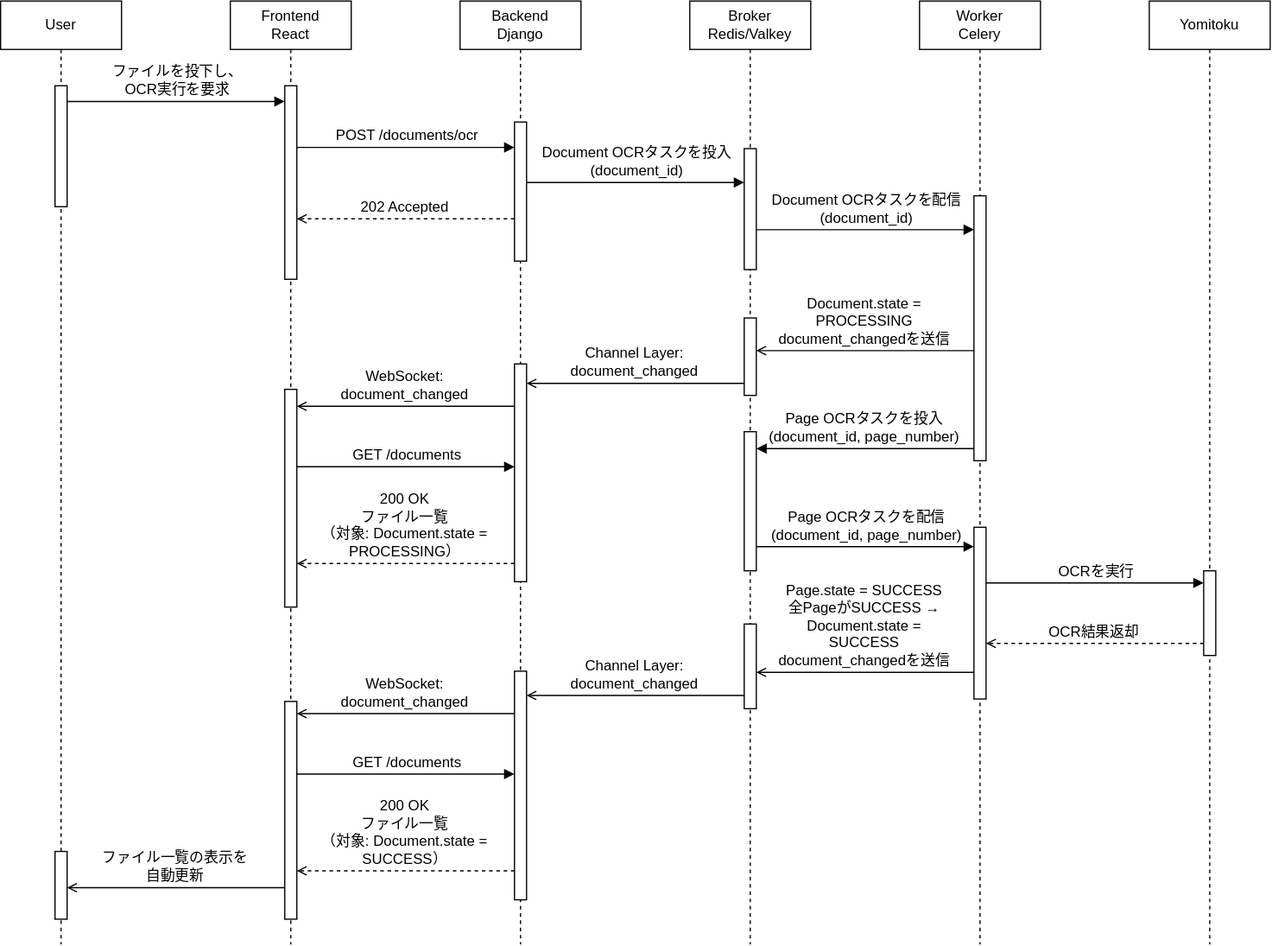
The draw.io diagram docs/diagrams/sequence_DocumentOCR.drawio.svg in akazawaya/OCR-A, before a commit. Source tidied: cells renumbered, new cells last; positions are measured from the earlier drawing's top-left corner, leaving out a move shared by most shapes.
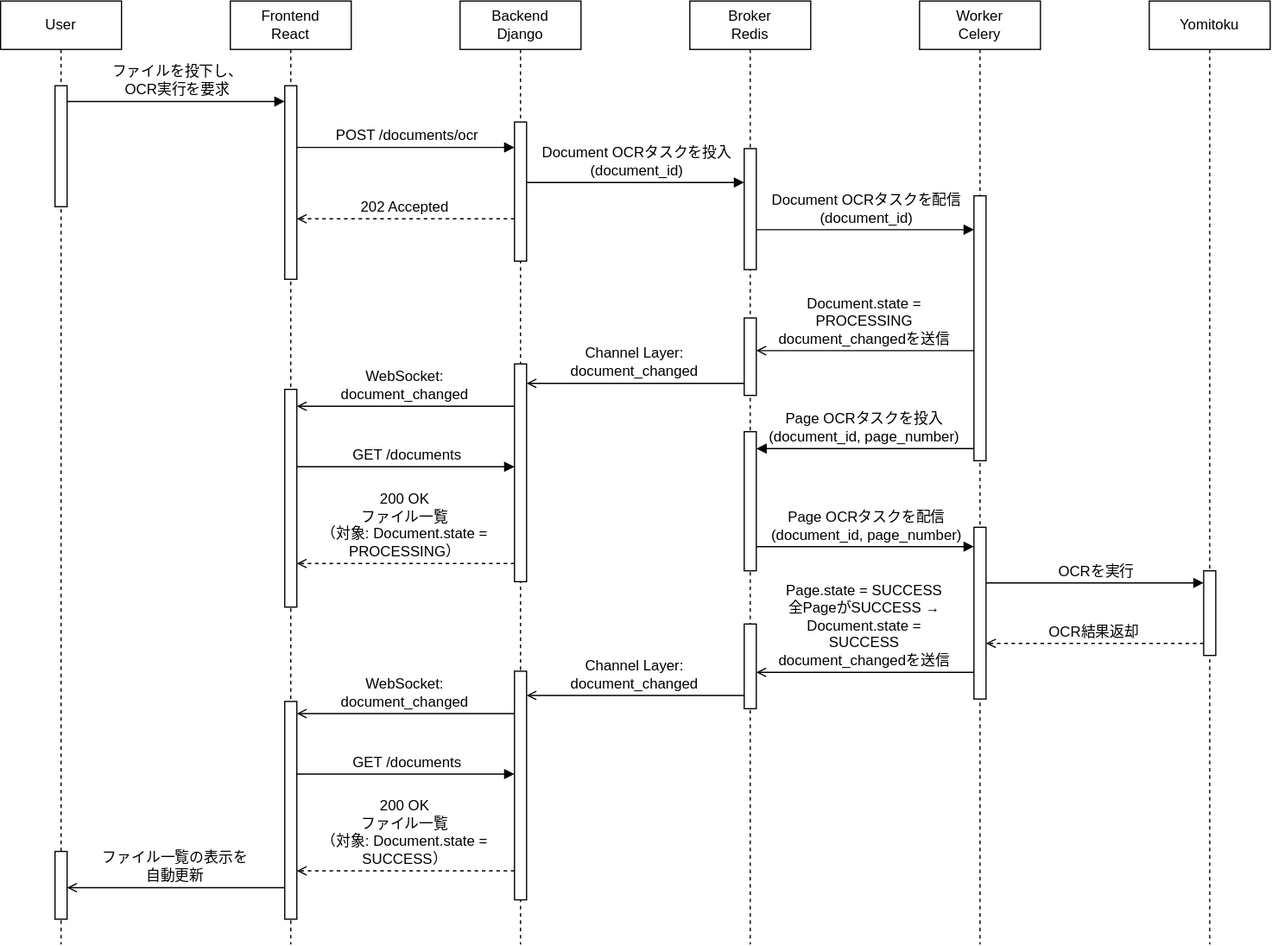
Later version of the same file.

The edit, as a diff of the source:
```diff
@@ -26,7 +26,7 @@
     <mxCell id="9" style="html=1;perimeter=orthogonalPerimeter;targetShapes=umlLifeline;newEdgeStyle={&quot;edgeStyle&quot;:&quot;elbowEdgeStyle&quot;,&quot;elbow&quot;:&quot;vertical&quot;,&quot;curved&quot;:0,&quot;rounded&quot;:0};" parent="7" vertex="1">
       <mxGeometry x="45" y="300" width="10" height="180" as="geometry" />
     </mxCell>
-    <mxCell id="10" value="Broker&lt;br&gt;Redis/Valkey" style="shape=umlLifeline;perimeter=lifelinePerimeter;whiteSpace=wrap;html=1;newEdgeStyle={&quot;edgeStyle&quot;:&quot;elbowEdgeStyle&quot;,&quot;elbow&quot;:&quot;vertical&quot;,&quot;curved&quot;:0,&quot;rounded&quot;:0};fontStyle=0;" parent="1" vertex="1">
+    <mxCell id="10" value="Broker&lt;br&gt;Redis" style="shape=umlLifeline;perimeter=lifelinePerimeter;whiteSpace=wrap;html=1;newEdgeStyle={&quot;edgeStyle&quot;:&quot;elbowEdgeStyle&quot;,&quot;elbow&quot;:&quot;vertical&quot;,&quot;curved&quot;:0,&quot;rounded&quot;:0};fontStyle=0;" parent="1" vertex="1">
       <mxGeometry x="570" width="100" height="780" as="geometry" />
     </mxCell>
     <mxCell id="11" style="html=1;perimeter=orthogonalPerimeter;targetShapes=umlLifeline;newEdgeStyle={&quot;edgeStyle&quot;:&quot;elbowEdgeStyle&quot;,&quot;elbow&quot;:&quot;vertical&quot;,&quot;curved&quot;:0,&quot;rounded&quot;:0};" parent="10" vertex="1">
```
